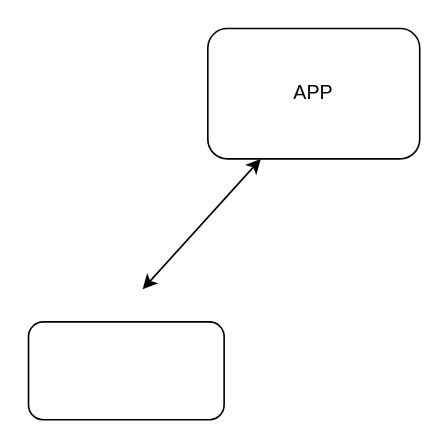
The draw.io diagram systems_diagrms.drawio in Shravani-Bacchu/NEA, before the edit. Source tidied: cells renumbered, new cells numbered last; positions are measured from the earlier drawing's top-left corner, leaving out a move shared by most shapes. Both pictures are drawn from the tidied source at 163%, with x=0, y=0 at pixel (28, 28).
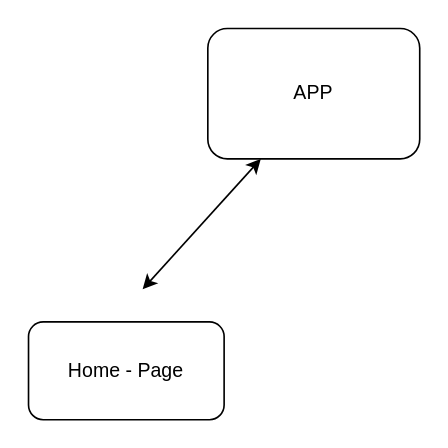
The same page after the edit.

Diff of the diagram source:
```diff
@@
 <mxGraphModel>
   <root>
     <mxCell id="0" />
     <mxCell id="1" parent="0" />
     <mxCell id="2" value="APP" style="rounded=1;whiteSpace=wrap;html=1;" parent="1" vertex="1">
       <mxGeometry x="110" width="130" height="80" as="geometry" />
     </mxCell>
     <mxCell id="3" style="endArrow=classic;startArrow=classic;html=1;rounded=0;entryX=0.25;entryY=1;entryDx=0;entryDy=0;" parent="1" edge="1" target="2">
       <mxGeometry relative="1" as="geometry">
         <mxPoint x="70" y="160" as="sourcePoint" />
       </mxGeometry>
     </mxCell>
-    <mxCell id="4" style="rounded=1;whiteSpace=wrap;html=1;" parent="1" vertex="1">
+    <mxCell id="4" value="Home - Page" style="rounded=1;whiteSpace=wrap;html=1;" parent="1" vertex="1">
       <mxGeometry y="180" width="120" height="60" as="geometry" />
     </mxCell>
   </root>
 </mxGraphModel>
```
